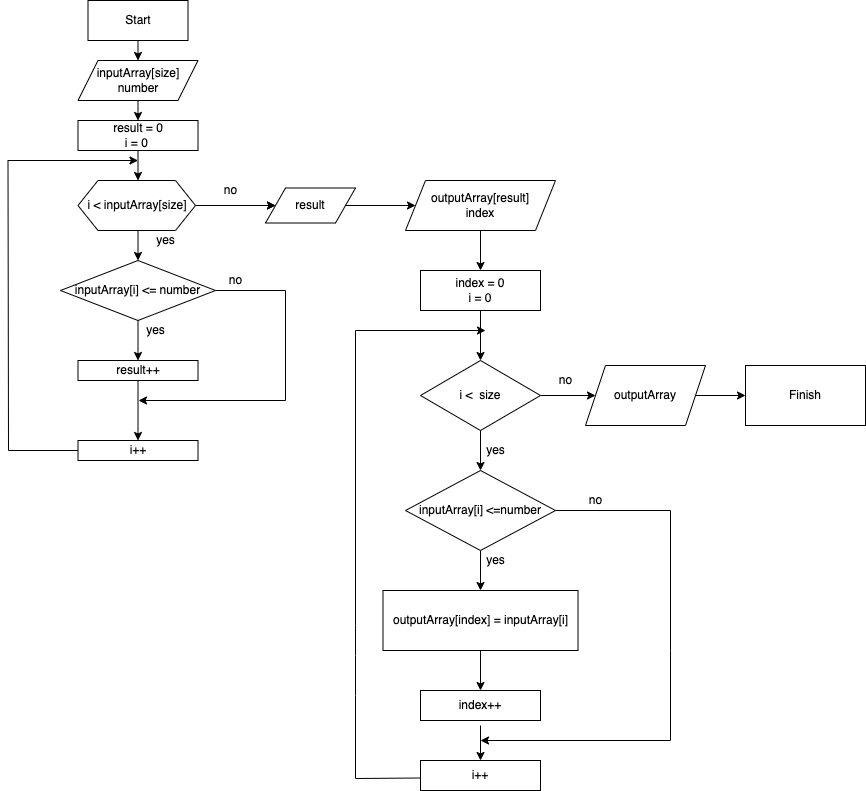
Earlier version of the draw.io export diagram.drawio.png (ProYulia/FinalTestCSharp). Source tidied: cells renumbered, new cells last; positions are measured from the earlier drawing's top-left corner, leaving out a move shared by most shapes.
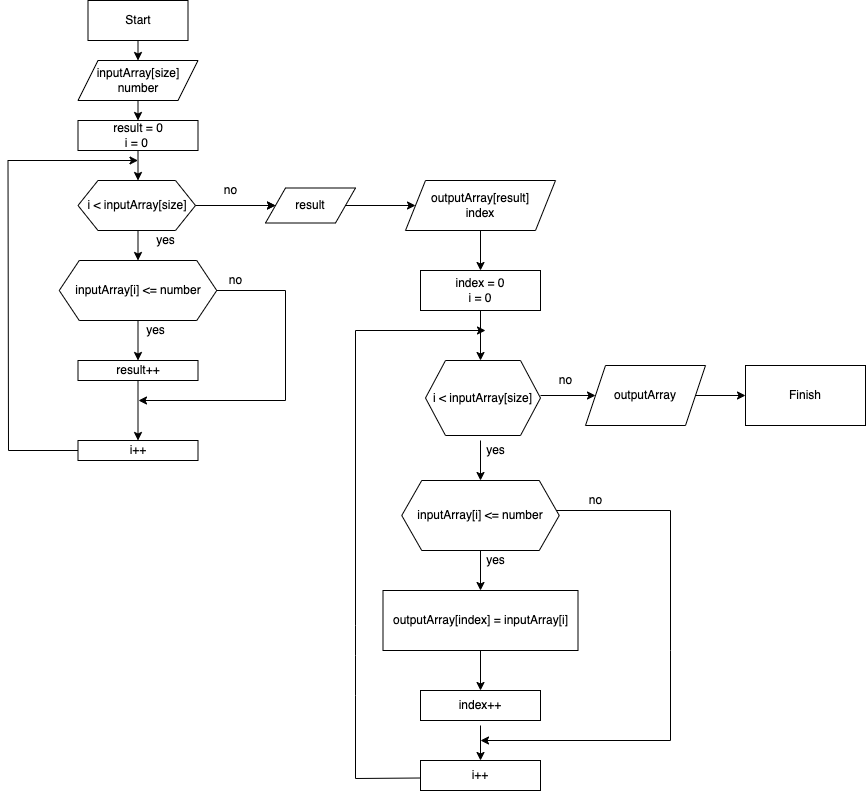
The same diagram one commit later.

Commit message:
diagram finalized

Change to the diagram source:
```diff
@@ -14,28 +14,34 @@
     <mxCell id="5" value="outputArray[result]&lt;br&gt;index" style="shape=parallelogram;perimeter=parallelogramPerimeter;whiteSpace=wrap;html=1;fixedSize=1;rounded=0;" parent="1" vertex="1">
       <mxGeometry x="398" y="180" width="150" height="50" as="geometry" />
     </mxCell>
-    <mxCell id="6" style="edgeStyle=none;html=1;rounded=0;" parent="1" edge="1" source="7" target="10">
-      <mxGeometry relative="1" as="geometry" />
+    <mxCell id="6" style="edgeStyle=none;html=1;rounded=0;" parent="1" edge="1" source="7">
+      <mxGeometry relative="1" as="geometry">
+        <mxPoint x="473" y="360" as="targetPoint" />
+      </mxGeometry>
     </mxCell>
     <mxCell id="7" value="index = 0&lt;br&gt;i = 0" style="rounded=0;whiteSpace=wrap;html=1;" parent="1" vertex="1">
       <mxGeometry x="413" y="270" width="120" height="40" as="geometry" />
     </mxCell>
-    <mxCell id="8" style="edgeStyle=none;html=1;fontColor=#FFFFFF;rounded=0;" parent="1" edge="1" source="10" target="13">
-      <mxGeometry relative="1" as="geometry" />
+    <mxCell id="8" style="edgeStyle=none;html=1;fontColor=#FFFFFF;rounded=0;" parent="1" edge="1">
+      <mxGeometry relative="1" as="geometry">
+        <mxPoint x="473" y="440" as="sourcePoint" />
+        <mxPoint x="473" y="480" as="targetPoint" />
+      </mxGeometry>
     </mxCell>
-    <mxCell id="9" style="edgeStyle=none;html=1;fontColor=#FFFFFF;rounded=0;entryX=0;entryY=0.5;entryDx=0;entryDy=0;" parent="1" edge="1" source="10" target="40">
-      <mxGeometry relative="1" as="geometry" />
+    <mxCell id="9" style="edgeStyle=none;html=1;fontColor=#FFFFFF;rounded=0;entryX=0;entryY=0.5;entryDx=0;entryDy=0;" parent="1" edge="1" target="40">
+      <mxGeometry relative="1" as="geometry">
+        <mxPoint x="533" y="395" as="sourcePoint" />
+      </mxGeometry>
     </mxCell>
-    <mxCell id="10" value="i &amp;lt;&amp;nbsp; size" style="rhombus;whiteSpace=wrap;html=1;rounded=0;" parent="1" vertex="1">
-      <mxGeometry x="413" y="360" width="120" height="70" as="geometry" />
-    </mxCell>
-    <mxCell id="11" style="edgeStyle=none;html=1;fontColor=#FFFFFF;rounded=0;" parent="1" edge="1" source="13">
+    <mxCell id="11" style="edgeStyle=none;html=1;fontColor=#FFFFFF;rounded=0;" parent="1" edge="1">
       <mxGeometry relative="1" as="geometry">
+        <mxPoint x="473" y="550" as="sourcePoint" />
         <mxPoint x="473" y="590" as="targetPoint" />
       </mxGeometry>
     </mxCell>
-    <mxCell id="12" style="edgeStyle=none;html=1;fontColor=#FFFFFF;rounded=0;" parent="1" edge="1" source="13">
+    <mxCell id="12" style="edgeStyle=none;html=1;fontColor=#FFFFFF;rounded=0;" parent="1" edge="1">
       <mxGeometry relative="1" as="geometry">
+        <mxPoint x="548" y="510" as="sourcePoint" />
         <mxPoint x="473" y="740" as="targetPoint" />
         <Array as="points">
           <mxPoint x="663" y="510" />
@@ -44,9 +50,6 @@
         </Array>
       </mxGeometry>
     </mxCell>
-    <mxCell id="13" value="inputArray[i] &amp;lt;=number" style="rhombus;whiteSpace=wrap;html=1;rounded=0;labelBackgroundColor=none;" parent="1" vertex="1">
-      <mxGeometry x="398" y="470" width="150" height="80" as="geometry" />
-    </mxCell>
     <mxCell id="14" style="edgeStyle=none;html=1;fontColor=#FFFFFF;rounded=0;" parent="1" edge="1">
       <mxGeometry relative="1" as="geometry">
         <mxPoint x="473" y="650" as="sourcePoint" />
@@ -86,9 +89,10 @@
     <mxCell id="19" value="result = 0&lt;br&gt;i = 0&amp;nbsp;" style="rounded=0;whiteSpace=wrap;html=1;" parent="1" vertex="1">
       <mxGeometry x="70.5" y="120" width="120" height="30" as="geometry" />
     </mxCell>
-    <mxCell id="20" style="edgeStyle=none;html=1;entryX=0.5;entryY=0;entryDx=0;entryDy=0;rounded=0;" parent="1" edge="1" target="24">
+    <mxCell id="20" style="edgeStyle=none;html=1;entryX=0.5;entryY=0;entryDx=0;entryDy=0;rounded=0;" parent="1" edge="1">
       <mxGeometry relative="1" as="geometry">
         <mxPoint x="130.5" y="230" as="sourcePoint" />
+        <mxPoint x="130.5" y="260" as="targetPoint" />
       </mxGeometry>
     </mxCell>
     <mxCell id="21" style="edgeStyle=none;html=1;rounded=0;" parent="1" edge="1" target="33">
@@ -96,11 +100,14 @@
         <mxPoint x="205.5" y="205" as="sourcePoint" />
       </mxGeometry>
     </mxCell>
-    <mxCell id="22" style="edgeStyle=none;html=1;entryX=0.5;entryY=0;entryDx=0;entryDy=0;rounded=0;" parent="1" edge="1" source="24" target="28">
-      <mxGeometry relative="1" as="geometry" />
+    <mxCell id="22" style="edgeStyle=none;html=1;entryX=0.5;entryY=0;entryDx=0;entryDy=0;rounded=0;" parent="1" edge="1" target="28">
+      <mxGeometry relative="1" as="geometry">
+        <mxPoint x="130.5" y="320" as="sourcePoint" />
+      </mxGeometry>
     </mxCell>
-    <mxCell id="23" style="edgeStyle=none;html=1;exitX=1;exitY=0.5;exitDx=0;exitDy=0;rounded=0;" parent="1" edge="1" source="24">
+    <mxCell id="23" style="edgeStyle=none;html=1;exitX=1;exitY=0.5;exitDx=0;exitDy=0;rounded=0;" parent="1" edge="1">
       <mxGeometry relative="1" as="geometry">
+        <mxPoint x="208" y="290" as="sourcePoint" />
         <mxPoint x="131" y="400" as="targetPoint" />
         <Array as="points">
           <mxPoint x="278" y="290" />
@@ -108,9 +115,6 @@
         </Array>
       </mxGeometry>
     </mxCell>
-    <mxCell id="24" value="inputArray[i] &amp;lt;= number" style="rhombus;whiteSpace=wrap;html=1;rounded=0;" parent="1" vertex="1">
-      <mxGeometry x="53" y="260" width="155" height="60" as="geometry" />
-    </mxCell>
     <mxCell id="25" style="edgeStyle=none;html=1;exitX=0.5;exitY=1;exitDx=0;exitDy=0;entryX=0.5;entryY=0;entryDx=0;entryDy=0;rounded=0;" parent="1" edge="1" source="26" target="19">
       <mxGeometry relative="1" as="geometry" />
     </mxCell>
@@ -186,5 +190,14 @@
     <mxCell id="47" value="i &amp;lt; inputArray[size]" style="shape=hexagon;perimeter=hexagonPerimeter2;whiteSpace=wrap;html=1;fixedSize=1;" parent="1" vertex="1">
       <mxGeometry x="70.5" y="180" width="117.5" height="50" as="geometry" />
     </mxCell>
+    <mxCell id="48" value="inputArray[i] &amp;lt;= number" style="shape=hexagon;perimeter=hexagonPerimeter2;whiteSpace=wrap;html=1;fixedSize=1;" parent="1" vertex="1">
+      <mxGeometry x="51.8" y="260" width="157.5" height="60" as="geometry" />
+    </mxCell>
+    <mxCell id="49" value="i &amp;lt; inputArray[size]" style="shape=hexagon;perimeter=hexagonPerimeter2;whiteSpace=wrap;html=1;fixedSize=1;" parent="1" vertex="1">
+      <mxGeometry x="418" y="360" width="115" height="75" as="geometry" />
+    </mxCell>
+    <mxCell id="50" value="inputArray[i] &amp;lt;= number" style="shape=hexagon;perimeter=hexagonPerimeter2;whiteSpace=wrap;html=1;fixedSize=1;" parent="1" vertex="1">
+      <mxGeometry x="394.2" y="480" width="157.5" height="70" as="geometry" />
+    </mxCell>
   </root>
 </mxGraphModel>
```
